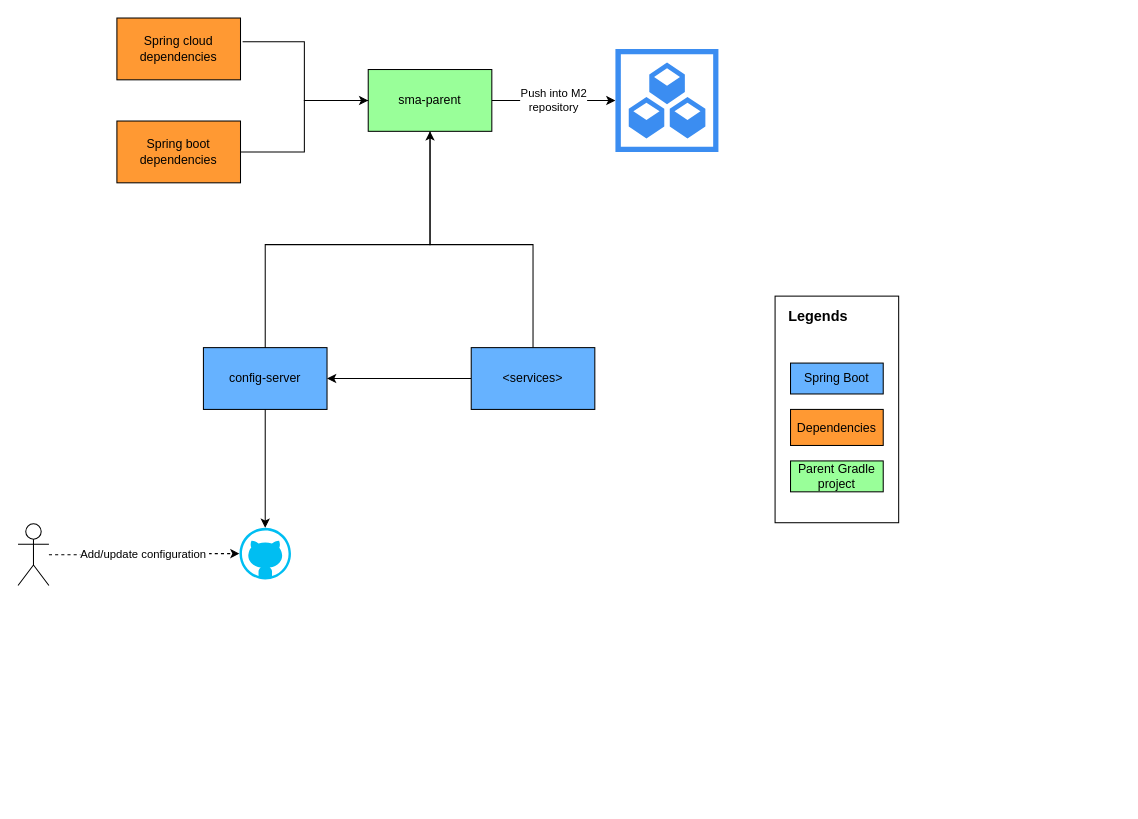
Earlier version of the draw.io diagram GS-access.drawio (tanwar/gradle-spring-boot). Source tidied: cells renumbered, new cells numbered last; positions are measured from the earlier drawing's top-left corner, leaving out a move shared by most shapes. Both pictures are drawn from the tidied source at 103%, with x=0, y=0 at pixel (18, 18).
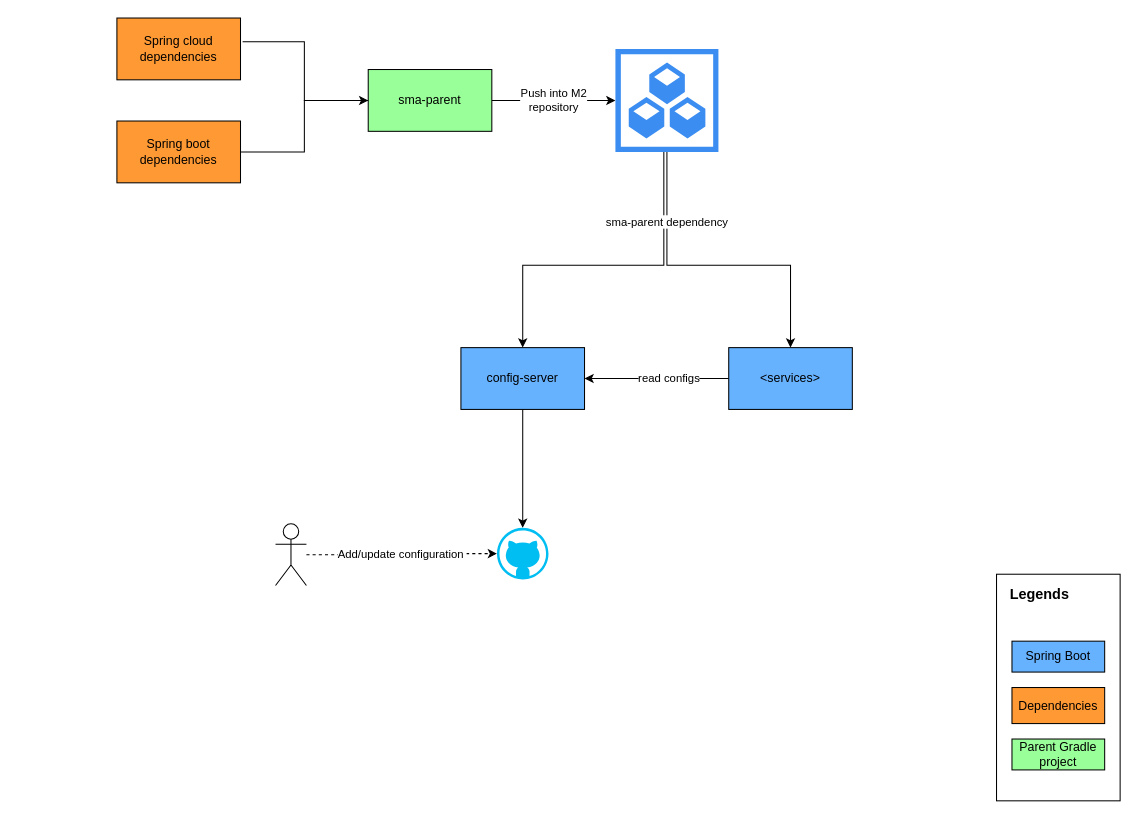
After the change.

Unchanged cells that the change refers to:
```xml
<mxCell id="3" style="edgeStyle=orthogonalEdgeStyle;rounded=0;jettySize=auto;html=1;entryX=0;entryY=0.5;entryDx=0;entryDy=0;endArrow=none;endFill=0;startArrow=classic;startFill=1;" parent="1" edge="1" source="4" target="5">
  <mxGeometry relative="1" as="geometry" />
</mxCell>
<mxCell id="11" style="html=1;strokeColor=none;shadow=0;align=center;verticalAlign=top;fillColor=#3B8DF1;shape=mxgraph.gcp2.repository_3;" parent="1" vertex="1">
  <mxGeometry x="580" y="30" width="100" height="100" as="geometry" />
</mxCell>
<mxCell id="17" value="sma-parent" style="rounded=0;whiteSpace=wrap;html=1;fillColor=#99FF99;" parent="1" vertex="1">
  <mxGeometry x="340" y="50" width="120" height="60" as="geometry" />
</mxCell>
```

The edit, as a diff of the source:
```diff
@@
-    <mxCell id="2" style="rounded=0;whiteSpace=wrap;html=1;fillColor=none;" parent="1" vertex="1">
-      <mxGeometry x="735" y="270" width="120" height="220" as="geometry" />
-    </mxCell>
@@
+    <mxCell id="23" value="read configs" style="edgeLabel;html=1;align=center;verticalAlign=middle;" parent="3" vertex="1">
+      <mxGeometry x="0.16" y="1" relative="1" as="geometry" />
+    </mxCell>
+    <mxCell id="24" style="edgeStyle=orthogonalEdgeStyle;rounded=0;jettySize=auto;html=1;entryX=0.47;entryY=0.98;entryDx=0;entryDy=0;entryPerimeter=0;startArrow=classic;startFill=1;endArrow=none;endFill=0;" parent="1" edge="1" source="4" target="11">
+      <mxGeometry relative="1" as="geometry">
+        <Array as="points">
+          <mxPoint x="490" y="240" />
+          <mxPoint x="627" y="240" />
+        </Array>
+      </mxGeometry>
+    </mxCell>
     <mxCell id="4" value="config-server" style="rounded=0;whiteSpace=wrap;html=1;fillColor=#66B2FF;" parent="1" vertex="1">
-      <mxGeometry x="180" y="320" width="120" height="60" as="geometry" />
+      <mxGeometry x="430" y="320" width="120" height="60" as="geometry" />
     </mxCell>
     <mxCell id="5" value="&amp;lt;services&amp;gt;" style="rounded=0;whiteSpace=wrap;html=1;fillColor=#66B2FF;" parent="1" vertex="1">
-      <mxGeometry x="440" y="320" width="120" height="60" as="geometry" />
+      <mxGeometry x="690" y="320" width="120" height="60" as="geometry" />
     </mxCell>
@@
     <mxCell id="7" style="verticalLabelPosition=bottom;html=1;verticalAlign=top;align=center;strokeColor=none;fillColor=#00BEF2;shape=mxgraph.azure.github_code;" parent="1" vertex="1">
-      <mxGeometry x="215" y="495" width="50" height="50" as="geometry" />
+      <mxGeometry x="465" y="495" width="50" height="50" as="geometry" />
     </mxCell>
-    <mxCell id="8" style="edgeStyle=orthogonalEdgeStyle;rounded=0;jettySize=auto;html=1;entryX=0.5;entryY=0;entryDx=0;entryDy=0;endArrow=none;endFill=0;" parent="1" edge="1" source="17" target="4">
-      <mxGeometry relative="1" as="geometry">
-        <Array as="points">
-          <mxPoint x="400" y="220" />
-          <mxPoint x="240" y="220" />
-        </Array>
-      </mxGeometry>
-    </mxCell>
-    <mxCell id="9" style="edgeStyle=orthogonalEdgeStyle;rounded=0;jettySize=auto;html=1;entryX=0.5;entryY=0;entryDx=0;entryDy=0;endArrow=none;endFill=0;startArrow=classic;startFill=1;" parent="1" edge="1" source="17" target="5">
-      <mxGeometry relative="1" as="geometry">
-        <Array as="points">
-          <mxPoint x="400" y="220" />
-          <mxPoint x="500" y="220" />
-        </Array>
-      </mxGeometry>
-    </mxCell>
@@
+    <mxCell id="25" style="edgeStyle=orthogonalEdgeStyle;rounded=0;jettySize=auto;html=1;startArrow=none;startFill=0;endArrow=classic;endFill=1;" parent="1" edge="1" source="11" target="5">
+      <mxGeometry relative="1" as="geometry">
+        <Array as="points">
+          <mxPoint x="630" y="240" />
+          <mxPoint x="750" y="240" />
+        </Array>
+      </mxGeometry>
+    </mxCell>
+    <mxCell id="26" value="sma-parent dependency" style="edgeLabel;html=1;align=center;verticalAlign=middle;" parent="25" vertex="1">
+      <mxGeometry x="-0.57" y="-1" relative="1" as="geometry" />
+    </mxCell>
@@
     <mxCell id="13" style="shape=umlActor;verticalLabelPosition=bottom;verticalAlign=top;html=1;outlineConnect=0;" parent="1" vertex="1">
-      <mxGeometry y="491" width="30" height="60" as="geometry" />
+      <mxGeometry x="250" y="491" width="30" height="60" as="geometry" />
     </mxCell>
-    <mxCell id="14" value="Spring Boot" style="rounded=0;whiteSpace=wrap;html=1;fillColor=#66B2FF;" parent="1" vertex="1">
-      <mxGeometry x="750" y="335" width="90" height="30" as="geometry" />
-    </mxCell>
-    <mxCell id="15" value="Dependencies" style="rounded=0;whiteSpace=wrap;html=1;fillColor=#FF9933;" parent="1" vertex="1">
-      <mxGeometry x="750" y="380" width="90" height="35" as="geometry" />
-    </mxCell>
-    <mxCell id="16" value="&lt;font style=&quot;font-size: 14px&quot;&gt;&lt;b&gt;Legends&lt;/b&gt;&lt;/font&gt;" style="text;html=1;strokeColor=none;fillColor=none;align=center;verticalAlign=middle;whiteSpace=wrap;rounded=0;" parent="1" vertex="1">
-      <mxGeometry x="757" y="280" width="40" height="20" as="geometry" />
-    </mxCell>
@@
+    <mxCell id="27" style="group;" parent="1" vertex="1">
+      <mxGeometry x="950" y="540" width="120" height="220" as="geometry" />
+    </mxCell>
+    <mxCell id="2" style="rounded=0;whiteSpace=wrap;html=1;fillColor=none;" parent="27" vertex="1">
+      <mxGeometry width="120" height="220" as="geometry" />
+    </mxCell>
+    <mxCell id="14" value="Spring Boot" style="rounded=0;whiteSpace=wrap;html=1;fillColor=#66B2FF;" parent="27" vertex="1">
+      <mxGeometry x="15" y="65" width="90" height="30" as="geometry" />
+    </mxCell>
+    <mxCell id="15" value="Dependencies" style="rounded=0;whiteSpace=wrap;html=1;fillColor=#FF9933;" parent="27" vertex="1">
+      <mxGeometry x="15" y="110" width="90" height="35" as="geometry" />
+    </mxCell>
+    <mxCell id="16" value="&lt;font style=&quot;font-size: 14px&quot;&gt;&lt;b&gt;Legends&lt;/b&gt;&lt;/font&gt;" style="text;html=1;strokeColor=none;fillColor=none;align=center;verticalAlign=middle;whiteSpace=wrap;rounded=0;" parent="27" vertex="1">
+      <mxGeometry x="22" y="10" width="40" height="20" as="geometry" />
+    </mxCell>
-    <mxCell id="22" value="Parent Gradle project" style="rounded=0;whiteSpace=wrap;html=1;fillColor=#99FF99;" parent="1" vertex="1">
-      <mxGeometry x="750" y="430" width="90" height="30" as="geometry" />
+    <mxCell id="22" value="Parent Gradle project" style="rounded=0;whiteSpace=wrap;html=1;fillColor=#99FF99;" parent="27" vertex="1">
+      <mxGeometry x="15" y="160" width="90" height="30" as="geometry" />
     </mxCell>
```
